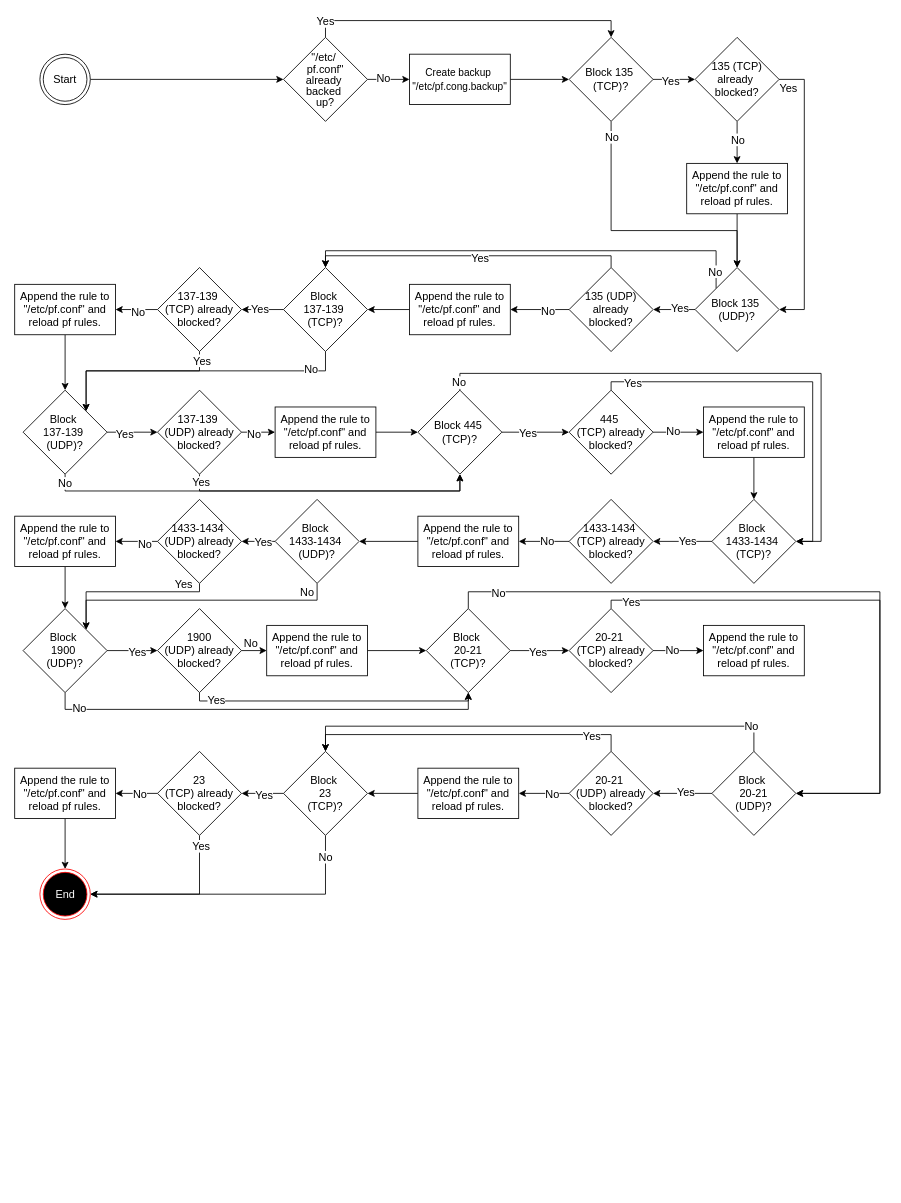
Earlier version of the draw.io diagram macOS/Config/Firewall/Block Selected Port Numbers from macOS Firewall/Diagram.drawio (microsoft/shell-intune-samples). Source tidied: cells renumbered, new cells numbered last; positions are measured from the earlier drawing's top-left corner, leaving out a move shared by most shapes. Both pictures are drawn from the tidied source at 84%, with x=0, y=0 at pixel (14, 37).
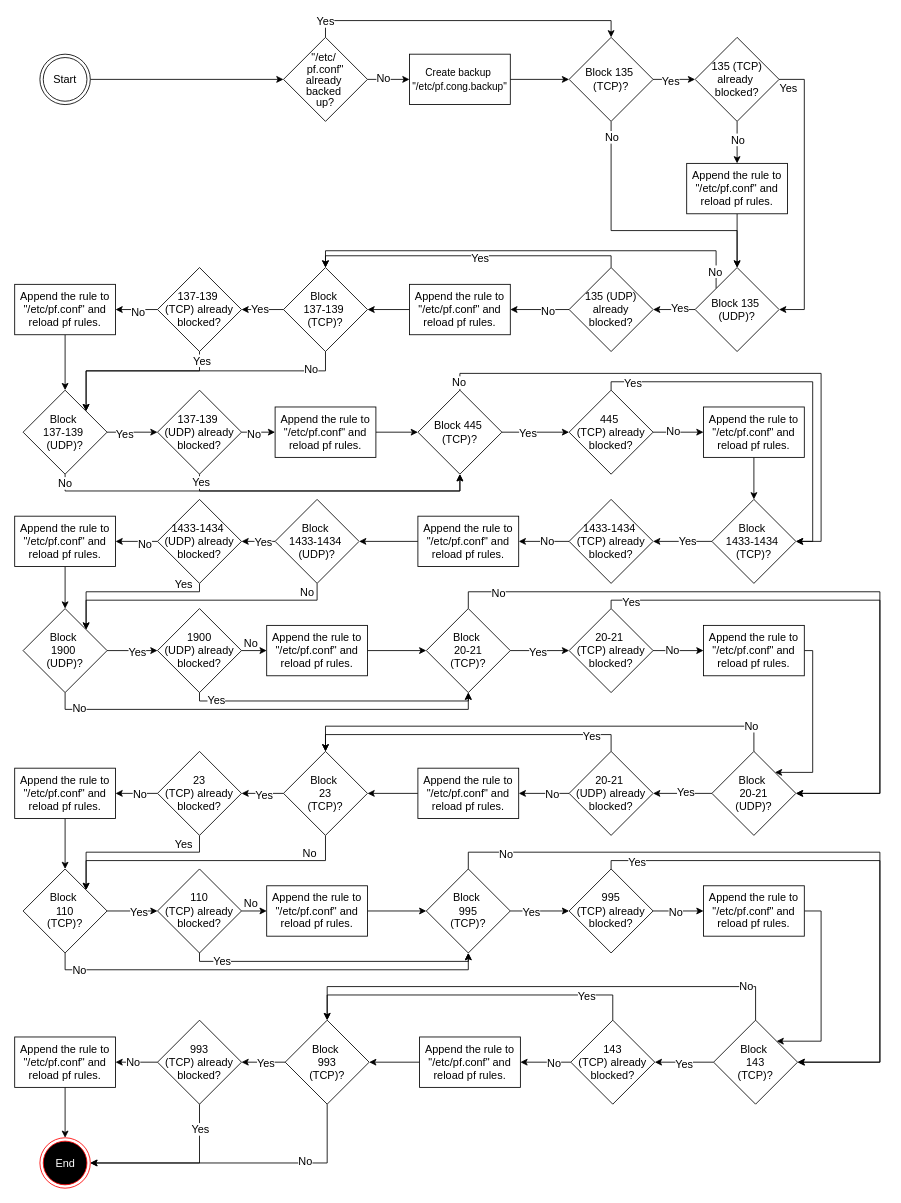
The same diagram, later.

Unchanged cells that the change refers to:
```xml
<mxCell id="113" value="Append the rule to &quot;/etc/pf.conf&quot; and reload pf rules." style="rounded=0;whiteSpace=wrap;html=1;fontSize=13;fontColor=#000000;" parent="1" vertex="1">
  <mxGeometry x="820" y="700" width="120" height="60" as="geometry" />
</mxCell>
<mxCell id="118" value="&lt;font style=&quot;color: rgb(0, 0, 0);&quot;&gt;Block&amp;nbsp;&lt;/font&gt;&lt;div&gt;&lt;span style=&quot;background-color: transparent;&quot;&gt;&lt;font style=&quot;color: rgb(0, 0, 0);&quot;&gt;20-21&lt;/font&gt;&lt;/span&gt;&lt;div&gt;&lt;span style=&quot;background-color: transparent;&quot;&gt;&lt;font style=&quot;color: rgb(0, 0, 0);&quot;&gt;(UDP)?&lt;/font&gt;&lt;/span&gt;&lt;/div&gt;&lt;/div&gt;" style="rhombus;whiteSpace=wrap;html=1;fontSize=13;fontColor=#000000;" parent="1" vertex="1">
  <mxGeometry x="830" y="850" width="100" height="100" as="geometry" />
</mxCell>
<mxCell id="130" value="&lt;font style=&quot;color: rgb(0, 0, 0);&quot;&gt;Block&amp;nbsp;&lt;/font&gt;&lt;div&gt;&lt;span style=&quot;background-color: transparent;&quot;&gt;&lt;font style=&quot;color: rgb(0, 0, 0);&quot;&gt;23&lt;/font&gt;&lt;/span&gt;&lt;div&gt;&lt;span style=&quot;background-color: transparent;&quot;&gt;&lt;font style=&quot;color: rgb(0, 0, 0);&quot;&gt;(TCP)?&lt;/font&gt;&lt;/span&gt;&lt;/div&gt;&lt;/div&gt;" style="rhombus;whiteSpace=wrap;html=1;fontSize=13;fontColor=#000000;" parent="1" vertex="1">
  <mxGeometry x="320" y="850" width="100" height="100" as="geometry" />
</mxCell>
<mxCell id="135" value="&lt;div&gt;&lt;font style=&quot;color: rgb(0, 0, 0);&quot;&gt;23&lt;/font&gt;&lt;div&gt;&lt;font style=&quot;color: rgb(0, 0, 0);&quot;&gt;(TCP) already blocked?&lt;/font&gt;&lt;/div&gt;&lt;/div&gt;" style="rhombus;whiteSpace=wrap;html=1;fontSize=13;fontColor=#000000;" parent="1" vertex="1">
  <mxGeometry x="170" y="850" width="100" height="100" as="geometry" />
</mxCell>
<mxCell id="137" value="Append the rule to &quot;/etc/pf.conf&quot; and reload pf rules." style="rounded=0;whiteSpace=wrap;html=1;fontSize=13;fontColor=#000000;" parent="1" vertex="1">
  <mxGeometry y="870" width="120" height="60" as="geometry" />
</mxCell>
```

Diff of the diagram source:
```diff
@@
+    <mxCell id="139" style="edgeStyle=orthogonalEdgeStyle;html=1;exitX=1;exitY=0.5;exitDx=0;exitDy=0;entryX=1;entryY=0;entryDx=0;entryDy=0;rounded=0;curved=0;" parent="1" edge="1" source="113" target="118">
+      <mxGeometry relative="1" as="geometry">
+        <Array as="points">
+          <mxPoint x="950" y="730" />
+          <mxPoint x="950" y="875" />
+        </Array>
+      </mxGeometry>
+    </mxCell>
@@
-    <mxCell id="128" style="edgeStyle=orthogonalEdgeStyle;rounded=0;jettySize=auto;html=1;exitX=0.5;exitY=1;exitDx=0;exitDy=0;entryX=1;entryY=0.5;entryDx=0;entryDy=0;fontSize=13;fontColor=#000000;" parent="1" edge="1" source="130" target="138">
-      <mxGeometry relative="1" as="geometry" />
-    </mxCell>
-    <mxCell id="129" value="No" style="edgeLabel;html=1;align=center;verticalAlign=middle;fontSize=13;fontColor=#000000;" parent="128" vertex="1">
-      <mxGeometry x="-0.86" y="-1" relative="1" as="geometry" />
-    </mxCell>
+    <mxCell id="140" style="edgeStyle=orthogonalEdgeStyle;html=1;exitX=0.5;exitY=1;exitDx=0;exitDy=0;entryX=1;entryY=0;entryDx=0;entryDy=0;rounded=0;curved=0;" parent="1" edge="1" source="130" target="149">
+      <mxGeometry relative="1" as="geometry">
+        <Array as="points">
+          <mxPoint x="370" y="980" />
+          <mxPoint x="85" y="980" />
+        </Array>
+      </mxGeometry>
+    </mxCell>
+    <mxCell id="141" value="&lt;font style=&quot;font-size: 13px; color: rgb(0, 0, 0);&quot;&gt;No&lt;/font&gt;" style="edgeLabel;html=1;align=center;verticalAlign=middle;" parent="140" vertex="1">
+      <mxGeometry x="-0.68" relative="1" as="geometry">
+        <mxPoint x="6" y="-10" as="offset" />
+      </mxGeometry>
+    </mxCell>
@@
-    <mxCell id="133" style="edgeStyle=orthogonalEdgeStyle;rounded=0;jettySize=auto;html=1;exitX=0.5;exitY=1;exitDx=0;exitDy=0;entryX=1;entryY=0.5;entryDx=0;entryDy=0;fontSize=13;fontColor=#000000;" parent="1" edge="1" source="135" target="138">
-      <mxGeometry relative="1" as="geometry" />
-    </mxCell>
-    <mxCell id="134" value="Yes" style="edgeLabel;html=1;align=center;verticalAlign=middle;fontSize=13;fontColor=#000000;" parent="133" vertex="1">
-      <mxGeometry x="-0.88" y="1" relative="1" as="geometry" />
-    </mxCell>
+    <mxCell id="142" style="edgeStyle=orthogonalEdgeStyle;html=1;exitX=0.5;exitY=1;exitDx=0;exitDy=0;entryX=1;entryY=0;entryDx=0;entryDy=0;rounded=0;curved=0;" parent="1" edge="1" source="135" target="149">
+      <mxGeometry relative="1" as="geometry" />
+    </mxCell>
+    <mxCell id="143" value="&lt;font style=&quot;font-size: 13px; color: rgb(0, 0, 0);&quot;&gt;Yes&lt;/font&gt;" style="edgeLabel;html=1;align=center;verticalAlign=middle;" parent="142" vertex="1">
+      <mxGeometry x="-0.29" y="2" relative="1" as="geometry">
+        <mxPoint x="31" y="-12" as="offset" />
+      </mxGeometry>
+    </mxCell>
@@
-    <mxCell id="136" style="edgeStyle=orthogonalEdgeStyle;rounded=0;jettySize=auto;html=1;exitX=0.5;exitY=1;exitDx=0;exitDy=0;entryX=0.5;entryY=0;entryDx=0;entryDy=0;fontSize=13;fontColor=#000000;" parent="1" edge="1" source="137" target="138">
-      <mxGeometry relative="1" as="geometry" />
-    </mxCell>
+    <mxCell id="144" style="edgeStyle=none;html=1;exitX=0.5;exitY=1;exitDx=0;exitDy=0;entryX=0.5;entryY=0;entryDx=0;entryDy=0;" parent="1" edge="1" source="137" target="149">
+      <mxGeometry relative="1" as="geometry" />
+    </mxCell>
@@
     <mxCell id="138" value="&lt;font style=&quot;color: rgb(255, 255, 255);&quot;&gt;End&lt;/font&gt;" style="ellipse;html=1;shape=endState;fillColor=#000000;strokeColor=#ff0000;fontSize=13;" parent="1" vertex="1">
-      <mxGeometry x="30" y="990" width="60" height="60" as="geometry" />
+      <mxGeometry x="30" y="1310" width="60" height="60" as="geometry" />
     </mxCell>
+    <mxCell id="145" style="edgeStyle=orthogonalEdgeStyle;html=1;exitX=1;exitY=0.5;exitDx=0;exitDy=0;entryX=0;entryY=0.5;entryDx=0;entryDy=0;" parent="1" edge="1" source="149" target="154">
+      <mxGeometry relative="1" as="geometry" />
+    </mxCell>
+    <mxCell id="146" value="&lt;font style=&quot;font-size: 13px; color: rgb(0, 0, 0);&quot;&gt;Yes&lt;/font&gt;" style="edgeLabel;html=1;align=center;verticalAlign=middle;" parent="145" vertex="1">
+      <mxGeometry x="0.23" relative="1" as="geometry" />
+    </mxCell>
+    <mxCell id="147" style="edgeStyle=orthogonalEdgeStyle;html=1;exitX=0.5;exitY=1;exitDx=0;exitDy=0;entryX=0.5;entryY=1;entryDx=0;entryDy=0;rounded=0;curved=0;" parent="1" edge="1" source="149" target="161">
+      <mxGeometry relative="1" as="geometry">
+        <Array as="points">
+          <mxPoint x="60" y="1110" />
+          <mxPoint x="540" y="1110" />
+        </Array>
+      </mxGeometry>
+    </mxCell>
+    <mxCell id="148" value="&lt;font style=&quot;font-size: 13px; color: rgb(0, 0, 0);&quot;&gt;No&lt;/font&gt;" style="edgeLabel;html=1;align=center;verticalAlign=middle;fontColor=#000000;" parent="147" vertex="1">
+      <mxGeometry x="-0.86" y="1" relative="1" as="geometry" />
+    </mxCell>
+    <mxCell id="149" value="&lt;font style=&quot;color: rgb(0, 0, 0);&quot;&gt;Block&amp;nbsp;&lt;/font&gt;&lt;div&gt;&lt;span style=&quot;background-color: transparent;&quot;&gt;&lt;font style=&quot;color: rgb(0, 0, 0);&quot;&gt;110&lt;/font&gt;&lt;/span&gt;&lt;div&gt;&lt;span style=&quot;background-color: transparent;&quot;&gt;&lt;font style=&quot;color: rgb(0, 0, 0);&quot;&gt;(TCP)?&lt;/font&gt;&lt;/span&gt;&lt;/div&gt;&lt;/div&gt;" style="rhombus;whiteSpace=wrap;html=1;fontSize=13;fontColor=#000000;" parent="1" vertex="1">
+      <mxGeometry x="10" y="990" width="100" height="100" as="geometry" />
+    </mxCell>
+    <mxCell id="150" style="edgeStyle=orthogonalEdgeStyle;html=1;exitX=1;exitY=0.5;exitDx=0;exitDy=0;entryX=0;entryY=0.5;entryDx=0;entryDy=0;" parent="1" edge="1" source="154" target="156">
+      <mxGeometry relative="1" as="geometry" />
+    </mxCell>
+    <mxCell id="151" value="&lt;font style=&quot;font-size: 13px; color: rgb(0, 0, 0);&quot;&gt;No&lt;/font&gt;" style="edgeLabel;html=1;align=center;verticalAlign=middle;fontColor=#000000;" parent="150" vertex="1">
+      <mxGeometry x="-0.47" relative="1" as="geometry">
+        <mxPoint x="2" y="-10" as="offset" />
+      </mxGeometry>
+    </mxCell>
+    <mxCell id="152" style="edgeStyle=orthogonalEdgeStyle;html=1;exitX=0.5;exitY=1;exitDx=0;exitDy=0;entryX=0.5;entryY=1;entryDx=0;entryDy=0;rounded=0;curved=0;" parent="1" edge="1" source="154" target="161">
+      <mxGeometry relative="1" as="geometry" />
+    </mxCell>
+    <mxCell id="153" value="&lt;font style=&quot;font-size: 13px; color: rgb(0, 0, 0);&quot;&gt;Yes&lt;/font&gt;" style="edgeLabel;html=1;align=center;verticalAlign=middle;fontColor=#000000;" parent="152" vertex="1">
+      <mxGeometry x="-0.79" y="1" relative="1" as="geometry" />
+    </mxCell>
+    <mxCell id="154" value="&lt;div&gt;&lt;font style=&quot;color: rgb(0, 0, 0);&quot;&gt;110&lt;/font&gt;&lt;div&gt;&lt;font style=&quot;color: rgb(0, 0, 0);&quot;&gt;(TCP) already blocked?&lt;/font&gt;&lt;/div&gt;&lt;/div&gt;" style="rhombus;whiteSpace=wrap;html=1;fontSize=13;fontColor=#000000;" parent="1" vertex="1">
+      <mxGeometry x="170" y="990" width="100" height="100" as="geometry" />
+    </mxCell>
+    <mxCell id="155" style="edgeStyle=orthogonalEdgeStyle;html=1;exitX=1;exitY=0.5;exitDx=0;exitDy=0;entryX=0;entryY=0.5;entryDx=0;entryDy=0;" parent="1" edge="1" source="156" target="161">
+      <mxGeometry relative="1" as="geometry" />
+    </mxCell>
+    <mxCell id="156" value="Append the rule to &quot;/etc/pf.conf&quot; and reload pf rules." style="rounded=0;whiteSpace=wrap;html=1;fontSize=13;fontColor=#000000;" parent="1" vertex="1">
+      <mxGeometry x="300" y="1010" width="120" height="60" as="geometry" />
+    </mxCell>
+    <mxCell id="157" style="edgeStyle=orthogonalEdgeStyle;html=1;exitX=1;exitY=0.5;exitDx=0;exitDy=0;entryX=0;entryY=0.5;entryDx=0;entryDy=0;" parent="1" edge="1" source="161" target="166">
+      <mxGeometry relative="1" as="geometry" />
+    </mxCell>
+    <mxCell id="158" value="&lt;font style=&quot;font-size: 13px; color: rgb(0, 0, 0);&quot;&gt;Yes&lt;/font&gt;" style="edgeLabel;html=1;align=center;verticalAlign=middle;" parent="157" vertex="1">
+      <mxGeometry x="-0.31" y="-1" relative="1" as="geometry" />
+    </mxCell>
+    <mxCell id="159" style="edgeStyle=orthogonalEdgeStyle;html=1;exitX=0.5;exitY=0;exitDx=0;exitDy=0;entryX=1;entryY=0.5;entryDx=0;entryDy=0;rounded=0;curved=0;" parent="1" edge="1" source="161" target="173">
+      <mxGeometry relative="1" as="geometry">
+        <Array as="points">
+          <mxPoint x="540" y="970" />
+          <mxPoint x="1030" y="970" />
+          <mxPoint x="1030" y="1220" />
+        </Array>
+      </mxGeometry>
+    </mxCell>
+    <mxCell id="160" value="&lt;font style=&quot;font-size: 13px; color: rgb(0, 0, 0);&quot;&gt;No&lt;/font&gt;" style="edgeLabel;html=1;align=center;verticalAlign=middle;" parent="159" vertex="1">
+      <mxGeometry x="-0.85" y="-1" relative="1" as="geometry" />
+    </mxCell>
+    <mxCell id="161" value="&lt;font style=&quot;color: rgb(0, 0, 0);&quot;&gt;Block&amp;nbsp;&lt;/font&gt;&lt;div&gt;&lt;div&gt;&lt;span style=&quot;background-color: transparent;&quot;&gt;&lt;font style=&quot;color: rgb(0, 0, 0);&quot;&gt;995&lt;/font&gt;&lt;/span&gt;&lt;/div&gt;&lt;div&gt;&lt;span style=&quot;background-color: transparent;&quot;&gt;&lt;font style=&quot;color: rgb(0, 0, 0);&quot;&gt;(TCP)?&lt;/font&gt;&lt;/span&gt;&lt;/div&gt;&lt;/div&gt;" style="rhombus;whiteSpace=wrap;html=1;fontSize=13;fontColor=#000000;" parent="1" vertex="1">
+      <mxGeometry x="490" y="990" width="100" height="100" as="geometry" />
+    </mxCell>
+    <mxCell id="162" style="edgeStyle=orthogonalEdgeStyle;html=1;exitX=1;exitY=0.5;exitDx=0;exitDy=0;entryX=0;entryY=0.5;entryDx=0;entryDy=0;" parent="1" edge="1" source="166" target="168">
+      <mxGeometry relative="1" as="geometry" />
+    </mxCell>
+    <mxCell id="163" value="&lt;font style=&quot;font-size: 13px; color: rgb(0, 0, 0);&quot;&gt;No&lt;/font&gt;" style="edgeLabel;html=1;align=center;verticalAlign=middle;" parent="162" vertex="1">
+      <mxGeometry x="-0.15" y="-1" relative="1" as="geometry" />
+    </mxCell>
+    <mxCell id="164" style="edgeStyle=orthogonalEdgeStyle;html=1;exitX=0.5;exitY=0;exitDx=0;exitDy=0;entryX=1;entryY=0.5;entryDx=0;entryDy=0;rounded=0;curved=0;" parent="1" edge="1" source="166" target="173">
+      <mxGeometry relative="1" as="geometry">
+        <Array as="points">
+          <mxPoint x="710" y="980" />
+          <mxPoint x="1030" y="980" />
+          <mxPoint x="1030" y="1220" />
+        </Array>
+      </mxGeometry>
+    </mxCell>
+    <mxCell id="165" value="&lt;font style=&quot;font-size: 13px; color: rgb(0, 0, 0);&quot;&gt;Yes&lt;/font&gt;" style="edgeLabel;html=1;align=center;verticalAlign=middle;" parent="164" vertex="1">
+      <mxGeometry x="-0.88" y="-1" relative="1" as="geometry" />
+    </mxCell>
+    <mxCell id="166" value="&lt;div&gt;&lt;div&gt;&lt;font style=&quot;color: rgb(0, 0, 0);&quot;&gt;995&lt;/font&gt;&lt;/div&gt;&lt;div&gt;&lt;font style=&quot;color: rgb(0, 0, 0);&quot;&gt;(TCP) already blocked?&lt;/font&gt;&lt;/div&gt;&lt;/div&gt;" style="rhombus;whiteSpace=wrap;html=1;fontSize=13;fontColor=#000000;" parent="1" vertex="1">
+      <mxGeometry x="660" y="990" width="100" height="100" as="geometry" />
+    </mxCell>
+    <mxCell id="167" style="edgeStyle=orthogonalEdgeStyle;html=1;exitX=1;exitY=0.5;exitDx=0;exitDy=0;entryX=1;entryY=0;entryDx=0;entryDy=0;rounded=0;curved=0;" parent="1" edge="1" source="168" target="173">
+      <mxGeometry relative="1" as="geometry">
+        <Array as="points">
+          <mxPoint x="960" y="1040" />
+          <mxPoint x="960" y="1195" />
+        </Array>
+      </mxGeometry>
+    </mxCell>
+    <mxCell id="168" value="Append the rule to &quot;/etc/pf.conf&quot; and reload pf rules." style="rounded=0;whiteSpace=wrap;html=1;fontSize=13;fontColor=#000000;" parent="1" vertex="1">
+      <mxGeometry x="820" y="1010" width="120" height="60" as="geometry" />
+    </mxCell>
+    <mxCell id="169" style="edgeStyle=orthogonalEdgeStyle;html=1;exitX=0;exitY=0.5;exitDx=0;exitDy=0;entryX=1;entryY=0.5;entryDx=0;entryDy=0;" parent="1" edge="1" source="173" target="178">
+      <mxGeometry relative="1" as="geometry" />
+    </mxCell>
+    <mxCell id="170" value="&lt;font style=&quot;font-size: 13px; color: rgb(0, 0, 0);&quot;&gt;Yes&lt;/font&gt;" style="edgeLabel;html=1;align=center;verticalAlign=middle;" parent="169" vertex="1">
+      <mxGeometry x="0.03" y="1" relative="1" as="geometry" />
+    </mxCell>
+    <mxCell id="171" style="edgeStyle=orthogonalEdgeStyle;html=1;exitX=0.5;exitY=0;exitDx=0;exitDy=0;entryX=0.5;entryY=0;entryDx=0;entryDy=0;rounded=0;curved=0;" parent="1" edge="1" source="173" target="185">
+      <mxGeometry relative="1" as="geometry">
+        <Array as="points">
+          <mxPoint x="882" y="1130" />
+          <mxPoint x="372" y="1130" />
+        </Array>
+      </mxGeometry>
+    </mxCell>
+    <mxCell id="172" value="&lt;font style=&quot;font-size: 13px; color: rgb(0, 0, 0);&quot;&gt;No&lt;/font&gt;" style="edgeLabel;html=1;align=center;verticalAlign=middle;" parent="171" vertex="1">
+      <mxGeometry x="-0.89" relative="1" as="geometry">
+        <mxPoint x="-12" y="-10" as="offset" />
+      </mxGeometry>
+    </mxCell>
+    <mxCell id="173" value="&lt;font style=&quot;color: rgb(0, 0, 0);&quot;&gt;Block&amp;nbsp;&lt;/font&gt;&lt;div&gt;&lt;div&gt;&lt;span style=&quot;background-color: transparent;&quot;&gt;&lt;font style=&quot;color: rgb(0, 0, 0);&quot;&gt;143&lt;/font&gt;&lt;/span&gt;&lt;/div&gt;&lt;div&gt;&lt;span style=&quot;background-color: transparent;&quot;&gt;&lt;font style=&quot;color: rgb(0, 0, 0);&quot;&gt;(TCP)?&lt;/font&gt;&lt;/span&gt;&lt;/div&gt;&lt;/div&gt;" style="rhombus;whiteSpace=wrap;html=1;fontSize=13;fontColor=#000000;" parent="1" vertex="1">
+      <mxGeometry x="832" y="1170" width="100" height="100" as="geometry" />
+    </mxCell>
+    <mxCell id="174" style="edgeStyle=orthogonalEdgeStyle;html=1;exitX=0;exitY=0.5;exitDx=0;exitDy=0;entryX=1;entryY=0.5;entryDx=0;entryDy=0;" parent="1" edge="1" source="178" target="180">
+      <mxGeometry relative="1" as="geometry" />
+    </mxCell>
+    <mxCell id="175" value="&lt;font style=&quot;font-size: 13px; color: rgb(0, 0, 0);&quot;&gt;No&lt;/font&gt;" style="edgeLabel;html=1;align=center;verticalAlign=middle;" parent="174" vertex="1">
+      <mxGeometry x="-0.3" relative="1" as="geometry" />
+    </mxCell>
+    <mxCell id="176" style="edgeStyle=orthogonalEdgeStyle;html=1;exitX=0.5;exitY=0;exitDx=0;exitDy=0;entryX=0.5;entryY=0;entryDx=0;entryDy=0;rounded=0;curved=0;" parent="1" edge="1" source="178" target="185">
+      <mxGeometry relative="1" as="geometry">
+        <Array as="points">
+          <mxPoint x="712" y="1140" />
+          <mxPoint x="372" y="1140" />
+        </Array>
+      </mxGeometry>
+    </mxCell>
+    <mxCell id="177" value="&lt;font style=&quot;color: rgb(0, 0, 0); font-size: 13px;&quot;&gt;Yes&lt;/font&gt;" style="edgeLabel;html=1;align=center;verticalAlign=middle;" parent="176" vertex="1">
+      <mxGeometry x="-0.69" y="1" relative="1" as="geometry" />
+    </mxCell>
+    <mxCell id="178" value="&lt;div&gt;&lt;div&gt;&lt;font style=&quot;color: rgb(0, 0, 0);&quot;&gt;143&lt;/font&gt;&lt;/div&gt;&lt;div&gt;&lt;font style=&quot;color: rgb(0, 0, 0);&quot;&gt;(TCP) already blocked?&lt;/font&gt;&lt;/div&gt;&lt;/div&gt;" style="rhombus;whiteSpace=wrap;html=1;fontSize=13;fontColor=#000000;" parent="1" vertex="1">
+      <mxGeometry x="662" y="1170" width="100" height="100" as="geometry" />
+    </mxCell>
+    <mxCell id="179" style="edgeStyle=orthogonalEdgeStyle;html=1;exitX=0;exitY=0.5;exitDx=0;exitDy=0;entryX=1;entryY=0.5;entryDx=0;entryDy=0;" parent="1" edge="1" source="180" target="185">
+      <mxGeometry relative="1" as="geometry" />
+    </mxCell>
+    <mxCell id="180" value="Append the rule to &quot;/etc/pf.conf&quot; and reload pf rules." style="rounded=0;whiteSpace=wrap;html=1;fontSize=13;fontColor=#000000;" parent="1" vertex="1">
+      <mxGeometry x="482" y="1190" width="120" height="60" as="geometry" />
+    </mxCell>
+    <mxCell id="181" style="edgeStyle=orthogonalEdgeStyle;html=1;exitX=0;exitY=0.5;exitDx=0;exitDy=0;entryX=1;entryY=0.5;entryDx=0;entryDy=0;" parent="1" edge="1" source="185" target="190">
+      <mxGeometry relative="1" as="geometry" />
+    </mxCell>
+    <mxCell id="182" value="&lt;font style=&quot;font-size: 13px; color: rgb(0, 0, 0);&quot;&gt;Yes&lt;/font&gt;" style="edgeLabel;html=1;align=center;verticalAlign=middle;" parent="181" vertex="1">
+      <mxGeometry x="-0.08" relative="1" as="geometry" />
+    </mxCell>
+    <mxCell id="183" style="edgeStyle=orthogonalEdgeStyle;html=1;exitX=0.5;exitY=1;exitDx=0;exitDy=0;entryX=1;entryY=0.5;entryDx=0;entryDy=0;rounded=0;curved=0;" parent="1" edge="1" source="185" target="138">
+      <mxGeometry relative="1" as="geometry" />
+    </mxCell>
+    <mxCell id="184" value="&lt;font style=&quot;font-size: 13px; color: rgb(0, 0, 0);&quot;&gt;No&lt;/font&gt;" style="edgeLabel;html=1;align=center;verticalAlign=middle;" parent="183" vertex="1">
+      <mxGeometry x="-0.45" y="-3" relative="1" as="geometry" />
+    </mxCell>
+    <mxCell id="185" value="&lt;font style=&quot;color: rgb(0, 0, 0);&quot;&gt;Block&amp;nbsp;&lt;/font&gt;&lt;div&gt;&lt;div&gt;&lt;span style=&quot;background-color: transparent;&quot;&gt;&lt;font style=&quot;color: rgb(0, 0, 0);&quot;&gt;993&lt;/font&gt;&lt;/span&gt;&lt;/div&gt;&lt;div&gt;&lt;span style=&quot;background-color: transparent;&quot;&gt;&lt;font style=&quot;color: rgb(0, 0, 0);&quot;&gt;(TCP)?&lt;/font&gt;&lt;/span&gt;&lt;/div&gt;&lt;/div&gt;" style="rhombus;whiteSpace=wrap;html=1;fontSize=13;fontColor=#000000;" parent="1" vertex="1">
+      <mxGeometry x="322" y="1170" width="100" height="100" as="geometry" />
+    </mxCell>
+    <mxCell id="186" style="edgeStyle=orthogonalEdgeStyle;html=1;exitX=0;exitY=0.5;exitDx=0;exitDy=0;" parent="1" edge="1" source="190" target="192">
+      <mxGeometry relative="1" as="geometry" />
+    </mxCell>
+    <mxCell id="187" value="&lt;font style=&quot;font-size: 13px; color: rgb(0, 0, 0);&quot;&gt;No&lt;/font&gt;" style="edgeLabel;html=1;align=center;verticalAlign=middle;" parent="186" vertex="1">
+      <mxGeometry x="0.2" y="-1" relative="1" as="geometry" />
+    </mxCell>
+    <mxCell id="188" style="edgeStyle=orthogonalEdgeStyle;html=1;exitX=0.5;exitY=1;exitDx=0;exitDy=0;entryX=1;entryY=0.5;entryDx=0;entryDy=0;rounded=0;curved=0;" parent="1" edge="1" source="190" target="138">
+      <mxGeometry relative="1" as="geometry" />
+    </mxCell>
+    <mxCell id="189" value="&lt;font style=&quot;font-size: 13px; color: rgb(0, 0, 0);&quot;&gt;Yes&lt;/font&gt;" style="edgeLabel;html=1;align=center;verticalAlign=middle;" parent="188" vertex="1">
+      <mxGeometry x="-0.71" relative="1" as="geometry" />
+    </mxCell>
+    <mxCell id="190" value="&lt;div&gt;&lt;div&gt;&lt;font style=&quot;color: rgb(0, 0, 0);&quot;&gt;993&lt;/font&gt;&lt;/div&gt;&lt;div&gt;&lt;font style=&quot;color: rgb(0, 0, 0);&quot;&gt;(TCP) already blocked?&lt;/font&gt;&lt;/div&gt;&lt;/div&gt;" style="rhombus;whiteSpace=wrap;html=1;fontSize=13;fontColor=#000000;" parent="1" vertex="1">
+      <mxGeometry x="170" y="1170" width="100" height="100" as="geometry" />
+    </mxCell>
+    <mxCell id="191" style="edgeStyle=orthogonalEdgeStyle;html=1;exitX=0.5;exitY=1;exitDx=0;exitDy=0;entryX=0.5;entryY=0;entryDx=0;entryDy=0;" parent="1" edge="1" source="192" target="138">
+      <mxGeometry relative="1" as="geometry" />
+    </mxCell>
+    <mxCell id="192" value="Append the rule to &quot;/etc/pf.conf&quot; and reload pf rules." style="rounded=0;whiteSpace=wrap;html=1;fontSize=13;fontColor=#000000;" parent="1" vertex="1">
+      <mxGeometry y="1190" width="120" height="60" as="geometry" />
+    </mxCell>
```
